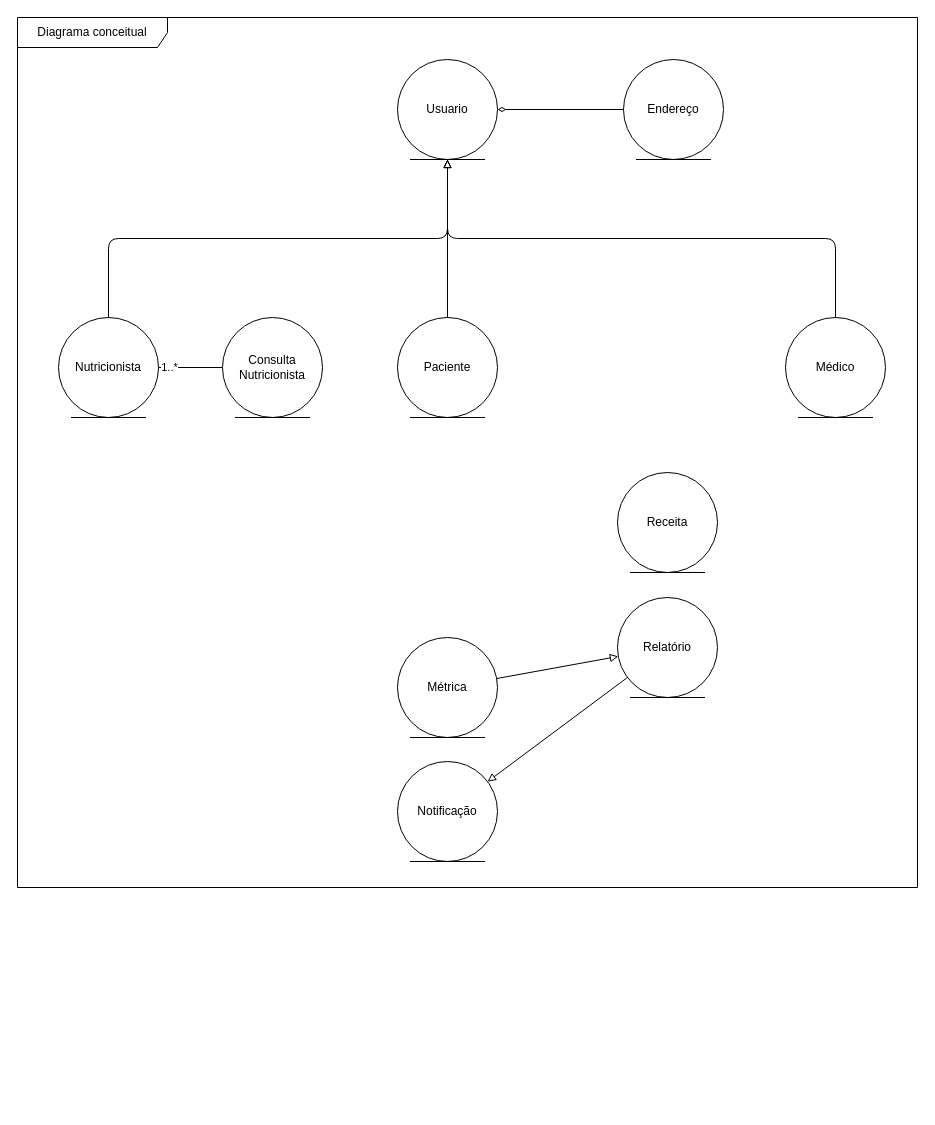
Earlier version of the draw.io diagram diagrama_conceitual.drawio (ProjetoDelimeterSite/DelimeterDocumantacao). Source tidied: cells renumbered, new cells numbered last; positions are measured from the earlier drawing's top-left corner, leaving out a move shared by most shapes. Both pictures are drawn from the tidied source at 100%, with x=0, y=0 at pixel (17, 17).
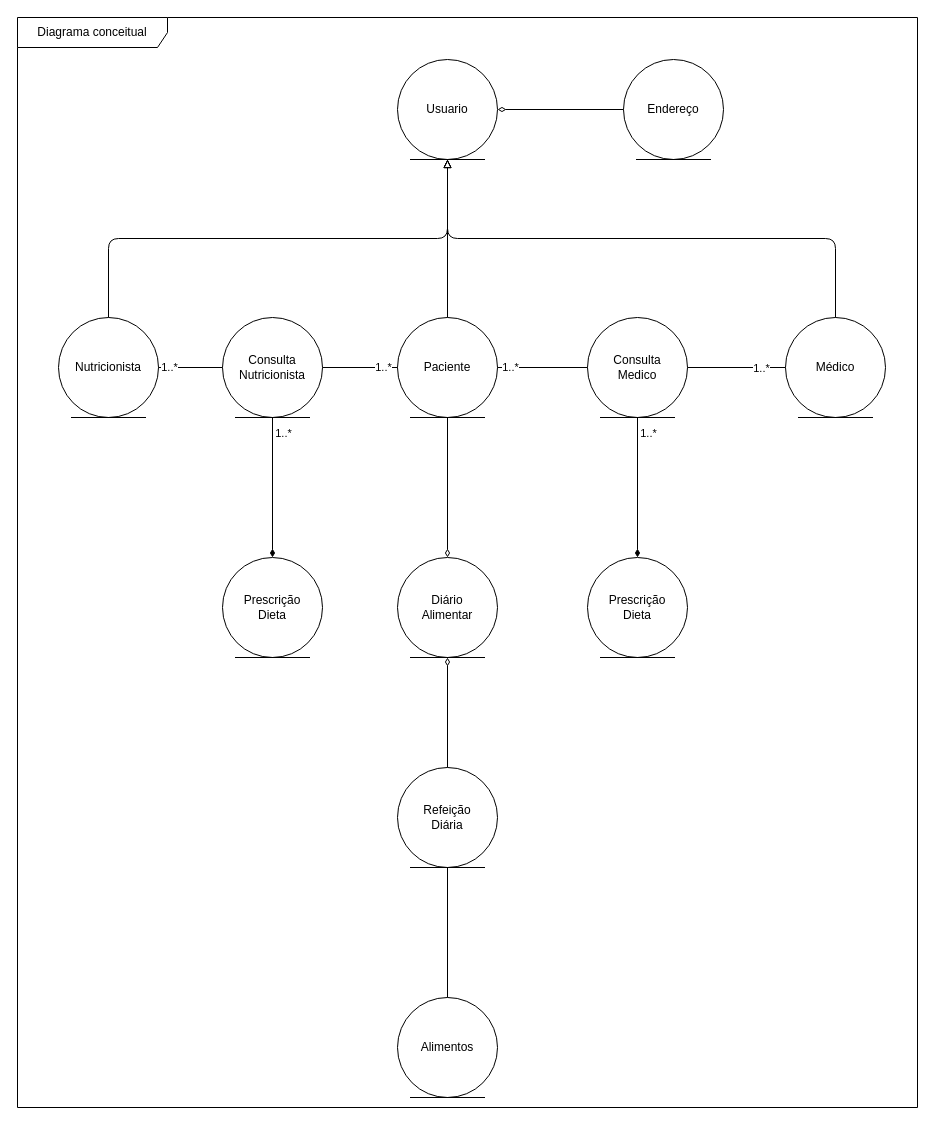
The same page after the edit.

Unchanged cells that the change refers to:
```xml
<mxCell id="3" value="Paciente" style="ellipse;shape=umlEntity;whiteSpace=wrap;html=1;" parent="1" vertex="1">
  <mxGeometry x="380" y="300" width="100" height="100" as="geometry" />
</mxCell>
<mxCell id="4" value="Médico" style="ellipse;shape=umlEntity;whiteSpace=wrap;html=1;" parent="1" vertex="1">
  <mxGeometry x="768" y="300" width="100" height="100" as="geometry" />
</mxCell>
<mxCell id="6" value="Consulta&lt;div&gt;Nutricionista&lt;/div&gt;" style="ellipse;shape=umlEntity;whiteSpace=wrap;html=1;" parent="1" vertex="1">
  <mxGeometry x="205" y="300" width="100" height="100" as="geometry" />
</mxCell>
```

What changed in the source:
```diff
@@
-    <mxCell id="7" value="Receita" style="ellipse;shape=umlEntity;whiteSpace=wrap;html=1;" parent="1" vertex="1">
-      <mxGeometry x="600" y="455" width="100" height="100" as="geometry" />
+    <mxCell id="7" value="Prescrição&lt;div&gt;Dieta&lt;/div&gt;" style="ellipse;shape=umlEntity;whiteSpace=wrap;html=1;" parent="1" vertex="1">
+      <mxGeometry x="205" y="540" width="100" height="100" as="geometry" />
     </mxCell>
-    <mxCell id="8" value="Métrica" style="ellipse;shape=umlEntity;whiteSpace=wrap;html=1;" parent="1" vertex="1">
-      <mxGeometry x="380" y="620" width="100" height="100" as="geometry" />
+    <mxCell id="8" value="Diário&lt;div&gt;Alimentar&lt;/div&gt;" style="ellipse;shape=umlEntity;whiteSpace=wrap;html=1;" parent="1" vertex="1">
+      <mxGeometry x="380" y="540" width="100" height="100" as="geometry" />
     </mxCell>
-    <mxCell id="9" value="Relatório" style="ellipse;shape=umlEntity;whiteSpace=wrap;html=1;" parent="1" vertex="1">
-      <mxGeometry x="600" y="580" width="100" height="100" as="geometry" />
+    <mxCell id="9" value="Prescrição&lt;div&gt;Dieta&lt;/div&gt;" style="ellipse;shape=umlEntity;whiteSpace=wrap;html=1;" parent="1" vertex="1">
+      <mxGeometry x="570" y="540" width="100" height="100" as="geometry" />
     </mxCell>
-    <mxCell id="10" value="Notificação" style="ellipse;shape=umlEntity;whiteSpace=wrap;html=1;" parent="1" vertex="1">
-      <mxGeometry x="380" y="744" width="100" height="100" as="geometry" />
+    <mxCell id="10" value="Alimentos" style="ellipse;shape=umlEntity;whiteSpace=wrap;html=1;" parent="1" vertex="1">
+      <mxGeometry x="380" y="980" width="100" height="100" as="geometry" />
     </mxCell>
@@
-    <mxCell id="14" style="endArrow=block;endFill=0;" parent="1" edge="1" source="8" target="9">
-      <mxGeometry relative="1" as="geometry" />
-    </mxCell>
-    <mxCell id="15" style="endArrow=block;endFill=0;" parent="1" edge="1" source="9" target="10">
-      <mxGeometry relative="1" as="geometry" />
-    </mxCell>
     <mxCell id="16" value="Diagrama conceitual" style="shape=umlFrame;whiteSpace=wrap;html=1;width=150;height=30;" parent="1" vertex="1">
-      <mxGeometry width="900" height="870" as="geometry" />
+      <mxGeometry width="900" height="1090" as="geometry" />
     </mxCell>
@@
+    <mxCell id="21" style="edgeStyle=orthogonalEdgeStyle;rounded=0;jettySize=auto;html=1;endArrow=none;startFill=0;exitX=1;exitY=0.5;exitDx=0;exitDy=0;" parent="1" edge="1" source="6" target="3">
+      <mxGeometry relative="1" as="geometry" />
+    </mxCell>
+    <mxCell id="22" value="1..*" style="edgeLabel;html=1;align=center;verticalAlign=middle;" parent="21" vertex="1">
+      <mxGeometry x="0.61" y="1" relative="1" as="geometry" />
+    </mxCell>
+    <mxCell id="23" value="Consulta&lt;div&gt;Medico&lt;/div&gt;" style="ellipse;shape=umlEntity;whiteSpace=wrap;html=1;" parent="1" vertex="1">
+      <mxGeometry x="570" y="300" width="100" height="100" as="geometry" />
+    </mxCell>
+    <mxCell id="24" style="edgeStyle=orthogonalEdgeStyle;rounded=0;jettySize=auto;html=1;endArrow=none;startFill=0;" parent="1" edge="1" source="3" target="23">
+      <mxGeometry relative="1" as="geometry" />
+    </mxCell>
+    <mxCell id="25" value="1..*" style="edgeLabel;html=1;align=center;verticalAlign=middle;" parent="24" vertex="1">
+      <mxGeometry x="-0.73" y="1" relative="1" as="geometry" />
+    </mxCell>
+    <mxCell id="26" style="edgeStyle=orthogonalEdgeStyle;rounded=0;jettySize=auto;html=1;endArrow=none;startFill=0;" parent="1" edge="1" source="4" target="23">
+      <mxGeometry relative="1" as="geometry" />
+    </mxCell>
+    <mxCell id="27" value="1..*" style="edgeLabel;html=1;align=center;verticalAlign=middle;" parent="26" vertex="1">
+      <mxGeometry x="-0.5" relative="1" as="geometry" />
+    </mxCell>
+    <mxCell id="28" style="edgeStyle=orthogonalEdgeStyle;rounded=0;jettySize=auto;html=1;endArrow=diamondThin;endFill=1;" parent="1" edge="1" source="6" target="7">
+      <mxGeometry relative="1" as="geometry" />
+    </mxCell>
+    <mxCell id="29" value="1..*" style="edgeLabel;html=1;align=center;verticalAlign=middle;" parent="28" vertex="1">
+      <mxGeometry x="-0.78" relative="1" as="geometry">
+        <mxPoint x="10" as="offset" />
+      </mxGeometry>
+    </mxCell>
+    <mxCell id="30" value="Refeição&lt;div&gt;Diária&lt;/div&gt;" style="ellipse;shape=umlEntity;whiteSpace=wrap;html=1;" parent="1" vertex="1">
+      <mxGeometry x="380" y="750" width="100" height="100" as="geometry" />
+    </mxCell>
+    <mxCell id="31" style="edgeStyle=orthogonalEdgeStyle;rounded=0;jettySize=auto;html=1;endArrow=diamondThin;endFill=1;exitX=0.5;exitY=1;exitDx=0;exitDy=0;" parent="1" edge="1" source="23" target="9">
+      <mxGeometry relative="1" as="geometry" />
+    </mxCell>
+    <mxCell id="32" value="1..*" style="edgeLabel;html=1;align=center;verticalAlign=middle;" parent="31" vertex="1">
+      <mxGeometry x="-0.78" relative="1" as="geometry">
+        <mxPoint x="10" as="offset" />
+      </mxGeometry>
+    </mxCell>
+    <mxCell id="33" style="edgeStyle=orthogonalEdgeStyle;rounded=0;jettySize=auto;html=1;endArrow=diamondThin;endFill=0;" parent="1" edge="1" source="3" target="8">
+      <mxGeometry relative="1" as="geometry" />
+    </mxCell>
+    <mxCell id="34" style="edgeStyle=orthogonalEdgeStyle;rounded=0;jettySize=auto;html=1;endArrow=diamondThin;endFill=0;" parent="1" edge="1" source="30" target="8">
+      <mxGeometry relative="1" as="geometry" />
+    </mxCell>
+    <mxCell id="35" style="edgeStyle=orthogonalEdgeStyle;rounded=0;jettySize=auto;html=1;endArrow=none;startFill=0;entryX=0.5;entryY=1;entryDx=0;entryDy=0;" parent="1" edge="1" source="10" target="30">
+      <mxGeometry relative="1" as="geometry" />
+    </mxCell>
```
